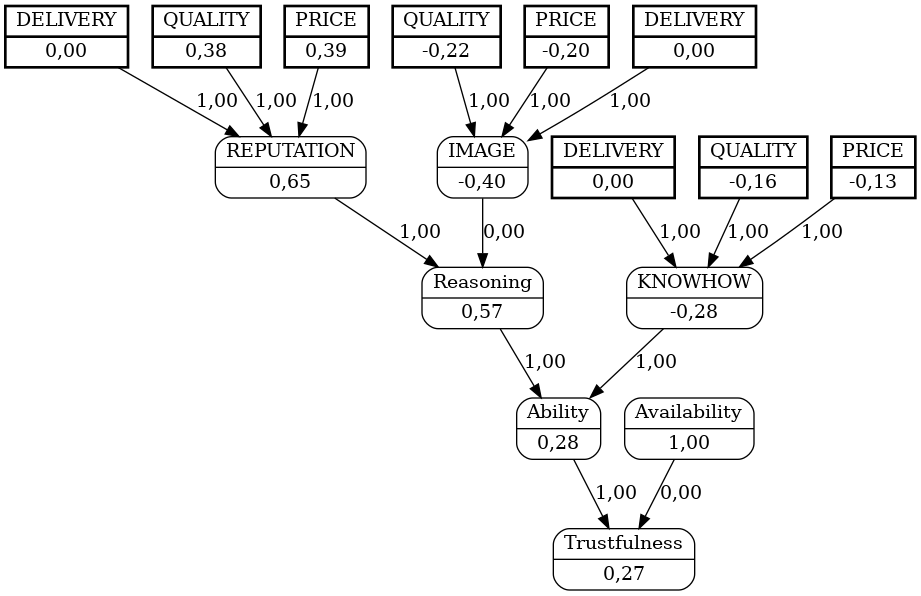
Above: unload_boxes/dots/buyerD4sellerC8.png in jjbaqueta/unload_experiment (Graphviz), before the change. Its source is kept beside it as unload_boxes/dots/buyerD4sellerC8.dot.
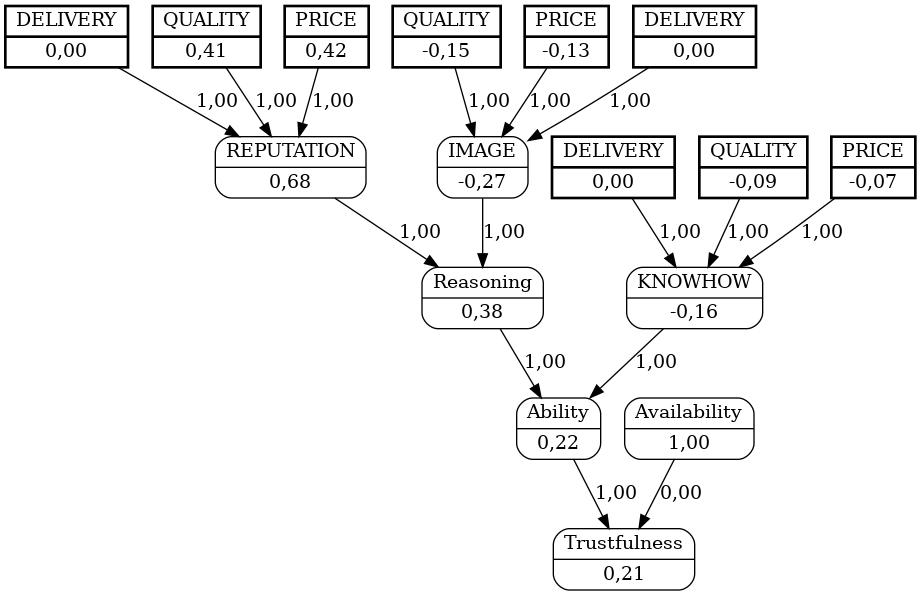
After the commit.

The edit, as a diff of the source:
```diff
@@ -1,26 +1,26 @@
 digraph FCM_net{
 	node [shape=record, style=rounded]
-	7 [label="{QUALITY | -0,12}", style=bold, penwidth=2, peripheries=2];
-	8 [label="{PRICE | -0,11}", style=bold, penwidth=2, peripheries=2];
+	7 [label="{QUALITY | -0,19}", style=bold, penwidth=2, peripheries=2];
+	8 [label="{PRICE | -0,15}", style=bold, penwidth=2, peripheries=2];
 	9 [label="{DELIVERY | 0,00}", style=bold, penwidth=2, peripheries=2];
-	10 [label="{QUALITY | 0,40}", style=bold, penwidth=2, peripheries=2];
-	11 [label="{PRICE | 0,42}", style=bold, penwidth=2, peripheries=2];
+	10 [label="{QUALITY | 0,39}", style=bold, penwidth=2, peripheries=2];
+	11 [label="{PRICE | 0,40}", style=bold, penwidth=2, peripheries=2];
 	12 [label="{DELIVERY | 0,00}", style=bold, penwidth=2, peripheries=2];
-	13 [label="{QUALITY | -0,09}", style=bold, penwidth=2, peripheries=2];
-	14 [label="{PRICE | -0,07}", style=bold, penwidth=2, peripheries=2];
+	13 [label="{QUALITY | -0,13}", style=bold, penwidth=2, peripheries=2];
+	14 [label="{PRICE | -0,10}", style=bold, penwidth=2, peripheries=2];
 	15 [label="{DELIVERY | 0,00}", style=bold, penwidth=2, peripheries=2];
-	0 [label="{IMAGE | -0,23}"];
-	1 [label="{REPUTATION | 0,67}"];
-	2 [label="{KNOWHOW | -0,16}"];
-	3 [label="{Reasoning | 0,42}"];
-	4 [label="{Ability | 0,25}"];
+	0 [label="{IMAGE | -0,33}"];
+	1 [label="{REPUTATION | 0,66}"];
+	2 [label="{KNOWHOW | -0,22}"];
+	3 [label="{Reasoning | 0,32}"];
+	4 [label="{Ability | 0,10}"];
 	5 [label="{Availability | 1,00}"];
-	6 [label="{Trustfulness | 0,24}"];
-	7 [label="{QUALITY | -0,12}"];
-	8 [label="{PRICE | -0,11}"];
+	6 [label="{Trustfulness | 0,09}"];
+	7 [label="{QUALITY | -0,19}"];
+	8 [label="{PRICE | -0,15}"];
 	9 [label="{DELIVERY | 0,00}"];
-	11 [label="{PRICE | 0,42}"];
-	13 [label="{QUALITY | -0,09}"];
+	11 [label="{PRICE | 0,40}"];
+	13 [label="{QUALITY | -0,13}"];
 	0 -> 3 [label = "1,00"];
 	1 -> 3 [label = "1,00"];
 	3 -> 4 [label = "1,00"];
```
